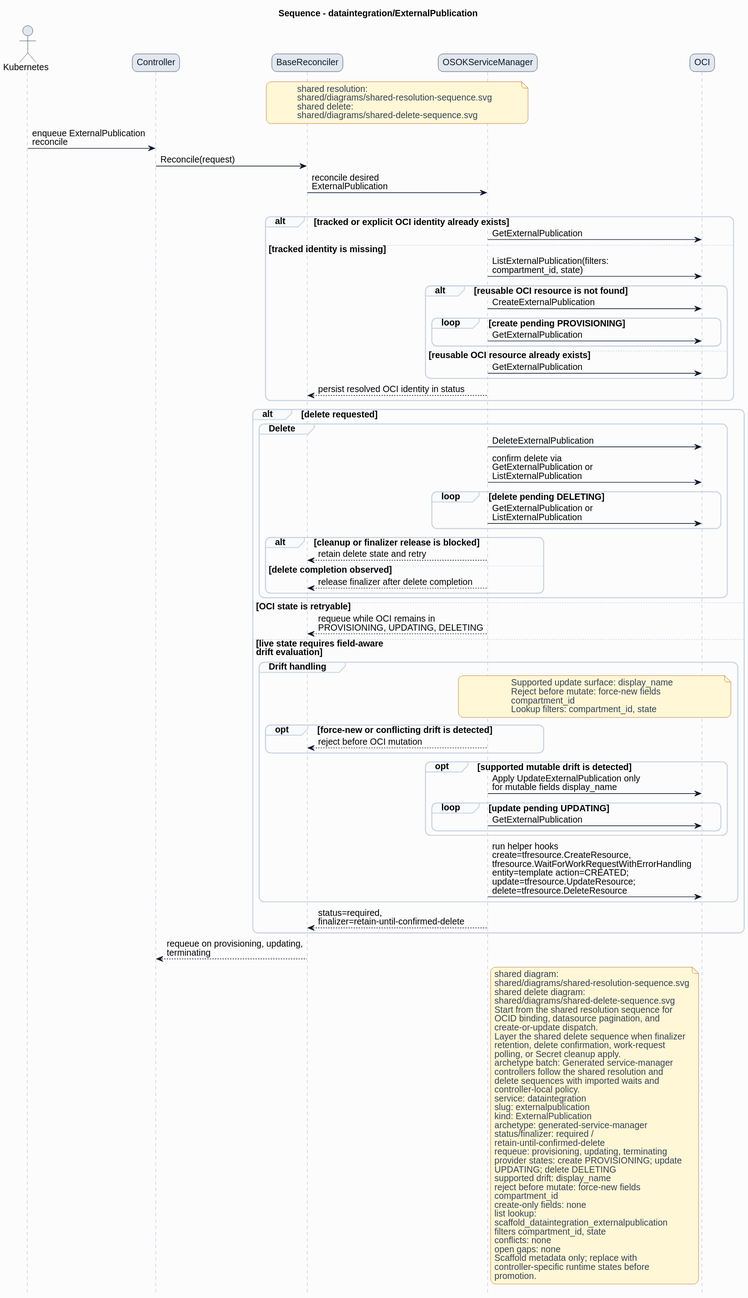
Earlier version of the PlantUML export formal/controllers/dataintegration/externalpublication/diagrams/sequence.svg (HaoyL666/oci-service-operator).
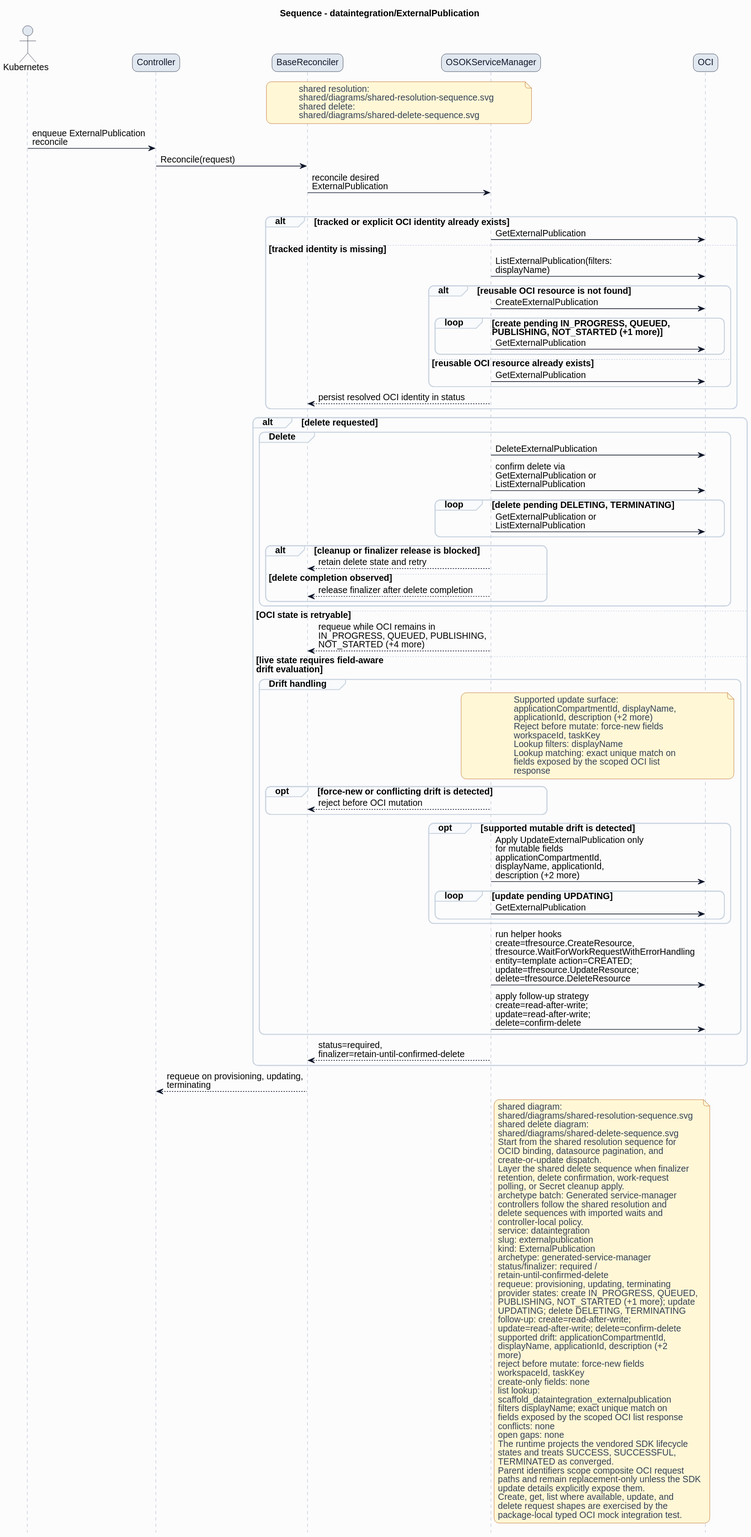
The same file after the commit.

Diff of the diagram source:
```diff
@@ -38,10 +38,10 @@
 alt tracked or explicit OCI identity already exists
 ServiceManager -> OCI: GetExternalPublication
 else tracked identity is missing
-ServiceManager -> OCI: ListExternalPublication(filters:\ncompartment_id, state)
+ServiceManager -> OCI: ListExternalPublication(filters:\ndisplayName)
 alt reusable OCI resource is not found
 ServiceManager -> OCI: CreateExternalPublication
-loop create pending PROVISIONING
+loop create pending IN_PROGRESS, QUEUED,\nPUBLISHING, NOT_STARTED (+1 more)
 ServiceManager -> OCI: GetExternalPublication
 end
 else reusable OCI resource already exists
@@ -53,7 +53,7 @@
 group Delete
 ServiceManager -> OCI: DeleteExternalPublication
 ServiceManager -> OCI: confirm delete via\nGetExternalPublication or\nListExternalPublication
-loop delete pending DELETING
+loop delete pending DELETING, TERMINATING
 ServiceManager -> OCI: GetExternalPublication or\nListExternalPublication
 end
 alt cleanup or finalizer release is blocked
@@ -63,25 +63,31 @@
 end
 end
 else OCI state is retryable
-ServiceManager --> BaseReconciler: requeue while OCI remains in\nPROVISIONING, UPDATING, DELETING
+ServiceManager --> BaseReconciler: requeue while OCI remains in\nIN_PROGRESS, QUEUED, PUBLISHING,\nNOT_STARTED (+4 more)
 else live state requires field-aware\ndrift evaluation
 group Drift handling
 note over ServiceManager,OCI
-Supported update surface: display_name
+Supported update surface:
+applicationCompartmentId, displayName,
+applicationId, description (+2 more)
 Reject before mutate: force-new fields
-compartment_id
-Lookup filters: compartment_id, state
+workspaceId, taskKey
+Lookup filters: displayName
+Lookup matching: exact unique match on
+fields exposed by the scoped OCI list
+response
 end note
 opt force-new or conflicting drift is detected
 ServiceManager --> BaseReconciler: reject before OCI mutation
 end
 opt supported mutable drift is detected
-ServiceManager -> OCI: Apply UpdateExternalPublication only\nfor mutable fields display_name
+ServiceManager -> OCI: Apply UpdateExternalPublication only\nfor mutable fields\napplicationCompartmentId,\ndisplayName, applicationId,\ndescription (+2 more)
 loop update pending UPDATING
 ServiceManager -> OCI: GetExternalPublication
 end
 end
 ServiceManager -> OCI: run helper hooks\ncreate=tfresource.CreateResource,\ntfresource.WaitForWorkRequestWithErrorHandling\nentity=template action=CREATED;\nupdate=tfresource.UpdateResource;\ndelete=tfresource.DeleteResource
+ServiceManager -> OCI: apply follow-up strategy\ncreate=read-after-write;\nupdate=read-after-write;\ndelete=confirm-delete
 end
 ServiceManager --> BaseReconciler: status=required,\nfinalizer=retain-until-confirmed-delete
 end
@@ -108,19 +114,31 @@
 status/finalizer: required /
 retain-until-confirmed-delete
 requeue: provisioning, updating, terminating
-provider states: create PROVISIONING; update
-UPDATING; delete DELETING
-supported drift: display_name
+provider states: create IN_PROGRESS, QUEUED,
+PUBLISHING, NOT_STARTED (+1 more); update
+UPDATING; delete DELETING, TERMINATING
+follow-up: create=read-after-write;
+update=read-after-write; delete=confirm-delete
+supported drift: applicationCompartmentId,
+displayName, applicationId, description (+2
+more)
 reject before mutate: force-new fields
-compartment_id
+workspaceId, taskKey
 create-only fields: none
 list lookup:
 scaffold_dataintegration_externalpublication
-filters compartment_id, state
+filters displayName; exact unique match on
+fields exposed by the scoped OCI list response
 conflicts: none
 open gaps: none
-Scaffold metadata only; replace with
-controller-specific runtime states before
-promotion.
+The runtime projects the vendored SDK lifecycle
+states and treats SUCCESS, SUCCESSFUL,
+TERMINATED as converged.
+Parent identifiers scope composite OCI request
+paths and remain replacement-only unless the SDK
+update details explicitly expose them.
+Create, get, list where available, update, and
+delete request shapes are exercised by the
+package-local typed OCI mock integration test.
 end note
 @enduml
```
